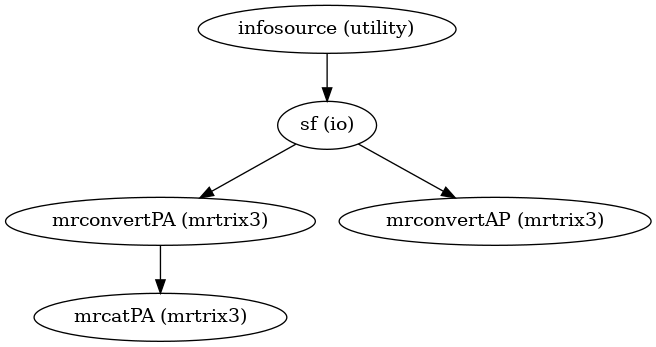
Before: graph_dc.png, a diagram exported from Graphviz (FRramon/pytracto). Its source is kept beside it as graph_dc.dot.
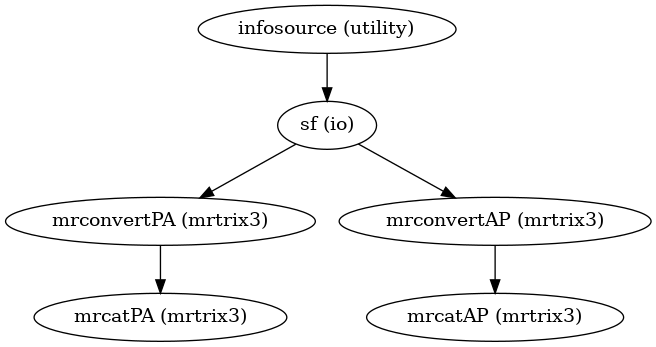
The same diagram one commit later.

What changed in the source:
```diff
@@ -4,8 +4,10 @@
 "mrconvertPA (mrtrix3)";
 "mrconvertAP (mrtrix3)";
 "mrcatPA (mrtrix3)";
+"mrcatAP (mrtrix3)";
 "infosource (utility)" -> "sf (io)";
 "sf (io)" -> "mrconvertPA (mrtrix3)";
 "sf (io)" -> "mrconvertAP (mrtrix3)";
 "mrconvertPA (mrtrix3)" -> "mrcatPA (mrtrix3)";
+"mrconvertAP (mrtrix3)" -> "mrcatAP (mrtrix3)";
 }
```
